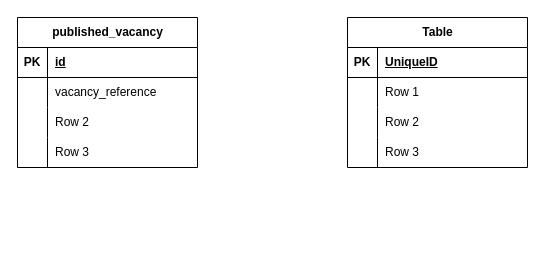
Above: design/vacancy_microservice_er.drawio in peguses/education (draw.io), before the change. Source tidied: cells renumbered, new cells numbered last; positions are measured from the earlier drawing's top-left corner, leaving out a move shared by most shapes. Both pictures are drawn from the tidied source at 100%, with x=0, y=0 at pixel (17, 17).
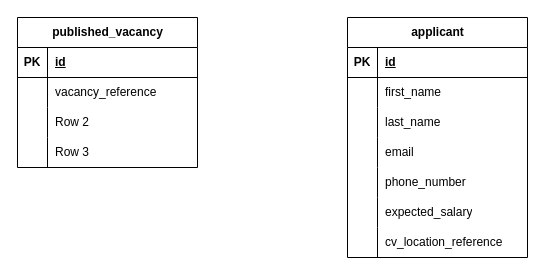
Above is the later version.

The change refers to these unchanged cells:
```xml
<mxCell id="16" style="shape=tableRow;horizontal=0;startSize=0;swimlaneHead=0;swimlaneBody=0;fillColor=none;top=0;left=0;right=0;bottom=1;" parent="15" vertex="1">
  <mxGeometry y="30" width="180" height="30" as="geometry" />
</mxCell>
<mxCell id="19" style="shape=tableRow;horizontal=0;startSize=0;swimlaneHead=0;swimlaneBody=0;fillColor=none;top=0;left=0;right=0;bottom=0;" parent="15" vertex="1">
  <mxGeometry y="60" width="180" height="30" as="geometry" />
</mxCell>
<mxCell id="22" style="shape=tableRow;horizontal=0;startSize=0;swimlaneHead=0;swimlaneBody=0;fillColor=none;top=0;left=0;right=0;bottom=0;" parent="15" vertex="1">
  <mxGeometry y="90" width="180" height="30" as="geometry" />
</mxCell>
<mxCell id="25" style="shape=tableRow;horizontal=0;startSize=0;swimlaneHead=0;swimlaneBody=0;fillColor=none;top=0;left=0;right=0;bottom=0;" parent="15" vertex="1">
  <mxGeometry y="120" width="180" height="30" as="geometry" />
</mxCell>
```

The edit, as a diff of the source:
```diff
@@
-    <mxCell id="15" value="Table" style="shape=table;startSize=30;childLayout=tableLayout;rowLines=0;fontStyle=1;align=center;html=1;" parent="1" vertex="1">
-      <mxGeometry x="330" width="180" height="150" as="geometry" />
+    <mxCell id="15" value="applicant" style="shape=table;startSize=30;childLayout=tableLayout;rowLines=0;fontStyle=1;align=center;html=1;" parent="1" vertex="1">
+      <mxGeometry x="330" width="180" height="240" as="geometry" />
     </mxCell>
@@
-    <mxCell id="18" value="UniqueID" style="shape=partialRectangle;fillColor=none;top=0;left=0;bottom=0;right=0;align=left;spacingLeft=6;fontStyle=5;overflow=hidden;whiteSpace=wrap;html=1;" parent="16" vertex="1">
+    <mxCell id="18" value="id" style="shape=partialRectangle;fillColor=none;top=0;left=0;bottom=0;right=0;align=left;spacingLeft=6;fontStyle=5;overflow=hidden;whiteSpace=wrap;html=1;" parent="16" vertex="1">
       <mxGeometry x="30" width="150" height="30" as="geometry" />
     </mxCell>
@@
-    <mxCell id="21" value="Row 1" style="shape=partialRectangle;fillColor=none;top=0;left=0;bottom=0;right=0;align=left;spacingLeft=6;overflow=hidden;whiteSpace=wrap;html=1;" parent="19" vertex="1">
+    <mxCell id="21" value="first_name" style="shape=partialRectangle;fillColor=none;top=0;left=0;bottom=0;right=0;align=left;spacingLeft=6;overflow=hidden;whiteSpace=wrap;html=1;" parent="19" vertex="1">
       <mxGeometry x="30" width="150" height="30" as="geometry" />
     </mxCell>
@@
-    <mxCell id="24" value="Row 2" style="shape=partialRectangle;fillColor=none;top=0;left=0;bottom=0;right=0;align=left;spacingLeft=6;overflow=hidden;whiteSpace=wrap;html=1;" parent="22" vertex="1">
+    <mxCell id="24" value="last_name" style="shape=partialRectangle;fillColor=none;top=0;left=0;bottom=0;right=0;align=left;spacingLeft=6;overflow=hidden;whiteSpace=wrap;html=1;" parent="22" vertex="1">
       <mxGeometry x="30" width="150" height="30" as="geometry" />
     </mxCell>
@@
-    <mxCell id="27" value="Row 3" style="shape=partialRectangle;fillColor=none;top=0;left=0;bottom=0;right=0;align=left;spacingLeft=6;overflow=hidden;whiteSpace=wrap;html=1;" parent="25" vertex="1">
+    <mxCell id="27" value="email" style="shape=partialRectangle;fillColor=none;top=0;left=0;bottom=0;right=0;align=left;spacingLeft=6;overflow=hidden;whiteSpace=wrap;html=1;" parent="25" vertex="1">
       <mxGeometry x="30" width="150" height="30" as="geometry" />
     </mxCell>
+    <mxCell id="28" style="shape=tableRow;horizontal=0;startSize=0;swimlaneHead=0;swimlaneBody=0;fillColor=none;top=0;left=0;right=0;bottom=0;" parent="15" vertex="1">
+      <mxGeometry y="150" width="180" height="30" as="geometry" />
+    </mxCell>
+    <mxCell id="29" style="shape=partialRectangle;fillColor=none;top=0;left=0;bottom=0;right=0;overflow=hidden;whiteSpace=wrap;html=1;" parent="28" vertex="1">
+      <mxGeometry width="30" height="30" as="geometry" />
+    </mxCell>
+    <mxCell id="30" value="phone_number" style="shape=partialRectangle;fillColor=none;top=0;left=0;bottom=0;right=0;align=left;spacingLeft=6;overflow=hidden;whiteSpace=wrap;html=1;" parent="28" vertex="1">
+      <mxGeometry x="30" width="150" height="30" as="geometry" />
+    </mxCell>
+    <mxCell id="31" style="shape=tableRow;horizontal=0;startSize=0;swimlaneHead=0;swimlaneBody=0;fillColor=none;top=0;left=0;right=0;bottom=0;" parent="15" vertex="1">
+      <mxGeometry y="180" width="180" height="30" as="geometry" />
+    </mxCell>
+    <mxCell id="32" style="shape=partialRectangle;fillColor=none;top=0;left=0;bottom=0;right=0;overflow=hidden;whiteSpace=wrap;html=1;" parent="31" vertex="1">
+      <mxGeometry width="30" height="30" as="geometry" />
+    </mxCell>
+    <mxCell id="33" value="expected_salary" style="shape=partialRectangle;fillColor=none;top=0;left=0;bottom=0;right=0;align=left;spacingLeft=6;overflow=hidden;whiteSpace=wrap;html=1;" parent="31" vertex="1">
+      <mxGeometry x="30" width="150" height="30" as="geometry" />
+    </mxCell>
+    <mxCell id="34" style="shape=tableRow;horizontal=0;startSize=0;swimlaneHead=0;swimlaneBody=0;fillColor=none;top=0;left=0;right=0;bottom=0;" parent="15" vertex="1">
+      <mxGeometry y="210" width="180" height="30" as="geometry" />
+    </mxCell>
+    <mxCell id="35" style="shape=partialRectangle;fillColor=none;top=0;left=0;bottom=0;right=0;overflow=hidden;whiteSpace=wrap;html=1;" parent="34" vertex="1">
+      <mxGeometry width="30" height="30" as="geometry" />
+    </mxCell>
+    <mxCell id="36" value="cv_location_reference&amp;nbsp;" style="shape=partialRectangle;fillColor=none;top=0;left=0;bottom=0;right=0;align=left;spacingLeft=6;overflow=hidden;whiteSpace=wrap;html=1;" parent="34" vertex="1">
+      <mxGeometry x="30" width="150" height="30" as="geometry" />
+    </mxCell>
```
